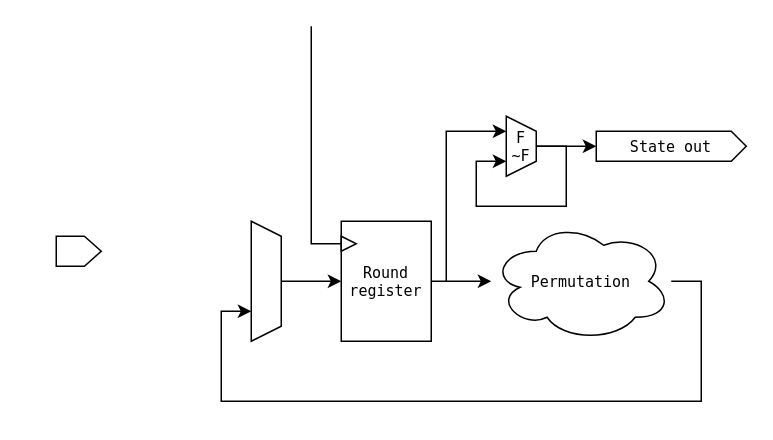
Above: docs/resources/permutation-data-path.drawio in defermelowie/HWSW_Assignments (draw.io), before the change. Source tidied: cells renumbered, new cells numbered last; positions are measured from the earlier drawing's top-left corner, leaving out a move shared by most shapes. Both pictures are drawn from the tidied source at 150%, with x=0, y=0 at pixel (56, 26). Pictures stored in the file or linked from it are replaced by grey dashed boxes.
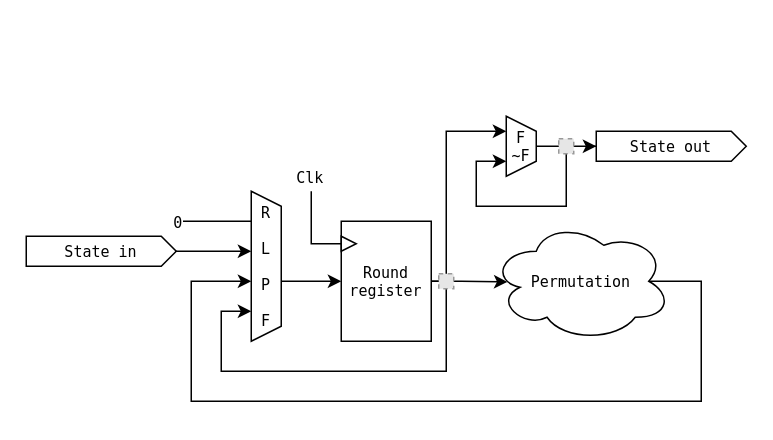
The same diagram, later.

The change refers to these unchanged cells:
```xml
<mxCell id="3" value="Round register" style="rounded=0;whiteSpace=wrap;html=1;fontFamily=Lucida Console;fontSize=10;" parent="2" vertex="1">
  <mxGeometry width="60" height="80" as="geometry" />
</mxCell>
<mxCell id="4" style="triangle;whiteSpace=wrap;html=1;fontFamily=Lucida Console;fontSize=10;" parent="2" vertex="1">
  <mxGeometry y="10" width="10" height="10" as="geometry" />
</mxCell>
<mxCell id="9" value="Permutation" style="ellipse;shape=cloud;whiteSpace=wrap;html=1;rounded=0;fontFamily=Lucida Console;fontSize=10;fontColor=default;strokeColor=default;fillColor=default;" parent="1" vertex="1">
  <mxGeometry x="290" y="130" width="120" height="80" as="geometry" />
</mxCell>
<mxCell id="13" value="&lt;div style=&quot;font-size: 10px;&quot;&gt;F&lt;/div&gt;&lt;div style=&quot;font-size: 10px;&quot;&gt;~F&lt;br style=&quot;font-size: 10px;&quot;&gt;&lt;/div&gt;" style="shape=trapezoid;perimeter=trapezoidPerimeter;whiteSpace=wrap;html=1;fixedSize=1;rounded=0;fontFamily=Lucida Console;fontSize=10;fontColor=default;strokeColor=default;fillColor=default;size=10;direction=south;" parent="1" vertex="1">
  <mxGeometry x="300" y="60" width="20" height="40" as="geometry" />
</mxCell>
<mxCell id="15" value="State out" style="shape=offPageConnector;whiteSpace=wrap;html=1;rounded=0;fontFamily=Lucida Console;fontSize=10;fontColor=default;strokeColor=default;fillColor=default;direction=north;size=0.1;" parent="1" vertex="1">
  <mxGeometry x="360" y="70" width="100" height="20" as="geometry" />
</mxCell>
```

What changed in the source:
```diff
@@
     <mxCell id="5" style="edgeStyle=orthogonalEdgeStyle;rounded=0;jettySize=auto;html=1;fontFamily=Lucida Console;fontSize=10;fontColor=default;" parent="1" edge="1" source="6" target="3">
-      <mxGeometry relative="1" as="geometry" />
+      <mxGeometry relative="1" as="geometry">
+        <Array as="points">
+          <mxPoint x="160" y="170" />
+          <mxPoint x="160" y="170" />
+        </Array>
+      </mxGeometry>
     </mxCell>
-    <mxCell id="6" style="shape=trapezoid;perimeter=trapezoidPerimeter;whiteSpace=wrap;html=1;fixedSize=1;rounded=0;fontFamily=Lucida Console;fontSize=10;fontColor=default;strokeColor=default;fillColor=default;size=10;direction=south;" parent="1" vertex="1">
-      <mxGeometry x="130" y="130" width="20" height="80" as="geometry" />
+    <mxCell id="6" value="&lt;p style=&quot;line-height: 1;&quot;&gt;&lt;/p&gt;&lt;div style=&quot;line-height: 1.2;&quot;&gt;&lt;font style=&quot;font-size: 10px;&quot;&gt;R&lt;/font&gt;&lt;/div&gt;&lt;div style=&quot;line-height: 1.2;&quot;&gt;&lt;font style=&quot;font-size: 10px; line-height: 0.9;&quot;&gt;&lt;br&gt;&lt;/font&gt;&lt;/div&gt;&lt;div style=&quot;&quot;&gt;&lt;font style=&quot;font-size: 10px;&quot;&gt;L&lt;/font&gt;&lt;/div&gt;&lt;div style=&quot;&quot;&gt;&lt;font style=&quot;font-size: 10px;&quot;&gt;&lt;br&gt;&lt;/font&gt;&lt;/div&gt;&lt;div style=&quot;&quot;&gt;&lt;font style=&quot;font-size: 10px;&quot;&gt;P&lt;/font&gt;&lt;/div&gt;&lt;div style=&quot;&quot;&gt;&lt;font style=&quot;font-size: 10px; line-height: 0.8;&quot;&gt;&lt;br&gt;&lt;/font&gt;&lt;/div&gt;&lt;div style=&quot;&quot;&gt;&lt;font style=&quot;font-size: 10px;&quot;&gt;F&lt;br&gt;&lt;/font&gt;&lt;/div&gt;&lt;p style=&quot;&quot;&gt;&lt;/p&gt;" style="shape=trapezoid;perimeter=trapezoidPerimeter;whiteSpace=wrap;html=1;fixedSize=1;rounded=0;fontFamily=Lucida Console;fontSize=10;fontColor=default;strokeColor=default;fillColor=default;size=10;direction=south;" parent="1" vertex="1">
+      <mxGeometry x="130" y="110" width="20" height="100" as="geometry" />
     </mxCell>
-    <mxCell id="7" style="edgeStyle=orthogonalEdgeStyle;rounded=0;jettySize=auto;html=1;fontFamily=Lucida Console;fontSize=10;fontColor=default;endArrow=none;endFill=0;" parent="1" edge="1" source="4">
-      <mxGeometry relative="1" as="geometry">
-        <mxPoint x="170" as="targetPoint" />
-        <Array as="points">
-          <mxPoint x="170" y="145" />
-          <mxPoint x="170" />
-        </Array>
-      </mxGeometry>
-    </mxCell>
-    <mxCell id="8" style="edgeStyle=orthogonalEdgeStyle;rounded=0;jettySize=auto;html=1;fontFamily=Lucida Console;fontSize=10;fontColor=default;endArrow=classic;endFill=1;" parent="1" edge="1" source="9" target="6">
+    <mxCell id="8" style="edgeStyle=orthogonalEdgeStyle;rounded=0;jettySize=auto;html=1;fontFamily=Lucida Console;fontSize=10;fontColor=default;endArrow=classic;endFill=1;exitX=0.875;exitY=0.5;exitDx=0;exitDy=0;exitPerimeter=0;" parent="1" edge="1" source="9" target="6">
       <mxGeometry relative="1" as="geometry">
         <Array as="points">
           <mxPoint x="430" y="170" />
           <mxPoint x="430" y="250" />
-          <mxPoint x="110" y="250" />
-          <mxPoint x="110" y="190" />
+          <mxPoint x="90" y="250" />
+          <mxPoint x="90" y="170" />
         </Array>
       </mxGeometry>
     </mxCell>
@@
-    <mxCell id="10" style="edgeStyle=orthogonalEdgeStyle;rounded=0;jettySize=auto;html=1;fontFamily=Lucida Console;fontSize=10;fontColor=default;endArrow=classic;endFill=1;" parent="1" edge="1" source="3" target="9">
+    <mxCell id="10" style="edgeStyle=orthogonalEdgeStyle;rounded=0;jettySize=auto;html=1;fontFamily=Lucida Console;fontSize=10;fontColor=default;endArrow=classic;endFill=1;entryX=0.09;entryY=0.506;entryDx=0;entryDy=0;entryPerimeter=0;" parent="1" edge="1" source="3" target="9">
       <mxGeometry relative="1" as="geometry" />
     </mxCell>
-    <mxCell id="11" style="shape=offPageConnector;whiteSpace=wrap;html=1;rounded=0;fontFamily=Lucida Console;fontSize=10;fontColor=default;strokeColor=default;fillColor=default;direction=north;" parent="1" vertex="1">
-      <mxGeometry y="140" width="30" height="20" as="geometry" />
-    </mxCell>
-    <mxCell id="12" style="edgeStyle=orthogonalEdgeStyle;rounded=0;jettySize=auto;html=1;fontFamily=Lucida Console;fontSize=10;fontColor=default;endArrow=classic;endFill=1;" parent="1" edge="1" source="13" target="15">
+    <mxCell id="12" style="edgeStyle=orthogonalEdgeStyle;rounded=0;jettySize=auto;html=1;fontFamily=Lucida Console;fontSize=10;fontColor=default;endArrow=classic;endFill=1;startArrow=none;" parent="1" edge="1" source="23" target="15">
       <mxGeometry relative="1" as="geometry" />
     </mxCell>
@@
+    <mxCell id="17" style="endArrow=none;html=1;rounded=0;fontFamily=Lucida Console;fontSize=10;fontColor=default;exitX=0;exitY=0.5;exitDx=0;exitDy=0;edgeStyle=orthogonalEdgeStyle;" parent="1" edge="1" source="4">
+      <mxGeometry relative="1" as="geometry">
+        <mxPoint x="170" y="110" as="targetPoint" />
+        <Array as="points">
+          <mxPoint x="170" y="145" />
+          <mxPoint x="170" y="110" />
+        </Array>
+      </mxGeometry>
+    </mxCell>
+    <mxCell id="18" value="Clk" style="edgeLabel;html=1;align=center;verticalAlign=middle;fontSize=10;fontFamily=Lucida Console;fontColor=default;" parent="17" vertex="1">
+      <mxGeometry x="0.67" y="2" relative="1" as="geometry">
+        <mxPoint y="-19" as="offset" />
+      </mxGeometry>
+    </mxCell>
+    <mxCell id="19" style="edgeStyle=orthogonalEdgeStyle;rounded=0;jettySize=auto;html=1;fontFamily=Lucida Console;fontSize=10;fontColor=default;endArrow=classic;endFill=1;exitX=0.5;exitY=1;exitDx=0;exitDy=0;" parent="1" edge="1" source="20" target="6">
+      <mxGeometry relative="1" as="geometry">
+        <Array as="points">
+          <mxPoint x="70" y="150" />
+          <mxPoint x="70" y="150" />
+        </Array>
+      </mxGeometry>
+    </mxCell>
+    <mxCell id="20" value="State in" style="shape=offPageConnector;whiteSpace=wrap;html=1;rounded=0;fontFamily=Lucida Console;fontSize=10;fontColor=default;strokeColor=default;fillColor=default;direction=north;size=0.1;" parent="1" vertex="1">
+      <mxGeometry x="-20" y="140" width="100" height="20" as="geometry" />
+    </mxCell>
+    <mxCell id="21" style="edgeStyle=orthogonalEdgeStyle;rounded=0;jettySize=auto;html=1;fontFamily=Lucida Console;fontSize=10;fontColor=default;endArrow=classic;endFill=1;" parent="1" edge="1" source="3" target="6">
+      <mxGeometry relative="1" as="geometry">
+        <Array as="points">
+          <mxPoint x="260" y="170" />
+          <mxPoint x="260" y="230" />
+          <mxPoint x="110" y="230" />
+          <mxPoint x="110" y="190" />
+        </Array>
+      </mxGeometry>
+    </mxCell>
+    <mxCell id="22" style="fillColor=#E6E6E6;strokeColor=#999999;dashed=1;html=1;verticalAlign=top;verticalLabelPosition=bottom;labelBackgroundColor=#ffffff;fontFamily=Lucida Console;fontSize=10;fontColor=default;" parent="1" vertex="1">
+      <mxGeometry x="255" y="165" width="10" height="10" as="geometry" />
+    </mxCell>
+    <mxCell id="23" style="fillColor=#E6E6E6;strokeColor=#999999;dashed=1;html=1;verticalAlign=top;verticalLabelPosition=bottom;labelBackgroundColor=#ffffff;fontFamily=Lucida Console;fontSize=10;fontColor=default;" parent="1" vertex="1">
+      <mxGeometry x="335" y="75" width="10" height="10" as="geometry" />
+    </mxCell>
+    <mxCell id="24" style="endArrow=none;html=1;rounded=0;fontFamily=Lucida Console;fontSize=10;fontColor=default;edgeStyle=orthogonalEdgeStyle;" parent="1" edge="1" target="6">
+      <mxGeometry relative="1" as="geometry">
+        <mxPoint x="80" y="130" as="sourcePoint" />
+        <Array as="points">
+          <mxPoint x="80" y="130" />
+        </Array>
+      </mxGeometry>
+    </mxCell>
+    <mxCell id="25" value="0" style="edgeLabel;html=1;align=center;verticalAlign=middle;fontSize=10;fontFamily=Lucida Console;fontColor=default;" parent="24" vertex="1">
+      <mxGeometry x="-0.21" y="-1" relative="1" as="geometry">
+        <mxPoint x="-20" y="-1" as="offset" />
+      </mxGeometry>
+    </mxCell>
```
